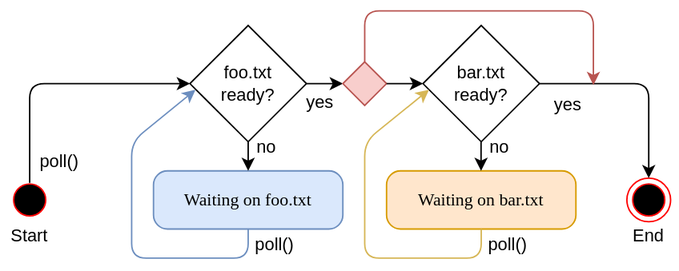
Above: async-state-machine-basic.svg in luoyancn/docs (draw.io), before the change. Source tidied: cells renumbered, new cells last; positions are measured from the earlier drawing's top-left corner, leaving out a move shared by most shapes. Source of this version:
```xml
<mxGraphModel background="#ffffff">
  <root>
    <mxCell id="0" />
    <mxCell id="1" parent="0" />
    <mxCell id="2" value="Waiting on foo.txt" style="rounded=1;whiteSpace=wrap;html=1;arcSize=24;fillColor=#dae8fc;strokeColor=#6c8ebf;shadow=0;comic=0;labelBackgroundColor=none;fontFamily=Verdana;fontSize=12;align=center;" parent="1" vertex="1">
      <mxGeometry x="105" y="110" width="130" height="40" as="geometry" />
    </mxCell>
    <mxCell id="3" style="ellipse;html=1;shape=endState;fillColor=#000000;strokeColor=#ff0000;" parent="1" vertex="1">
      <mxGeometry x="430" y="115" width="30" height="30" as="geometry" />
    </mxCell>
    <mxCell id="4" value="End" style="text;html=1;strokeColor=none;fillColor=none;align=center;verticalAlign=middle;whiteSpace=wrap;rounded=0;" parent="1" vertex="1">
      <mxGeometry x="425" y="145" width="40" height="20" as="geometry" />
    </mxCell>
    <mxCell id="5" value="Waiting on bar.txt" style="rounded=1;whiteSpace=wrap;html=1;arcSize=24;fillColor=#ffe6cc;strokeColor=#d79b00;shadow=0;comic=0;labelBackgroundColor=none;fontFamily=Verdana;fontSize=12;align=center;" parent="1" vertex="1">
      <mxGeometry x="265" y="110" width="130" height="40" as="geometry" />
    </mxCell>
    <mxCell id="6" style="ellipse;html=1;shape=startState;fillColor=#000000;strokeColor=#ff0000;rounded=1;shadow=0;comic=0;labelBackgroundColor=none;fontFamily=Verdana;fontSize=12;fontColor=#000000;align=center;direction=south;" parent="1" vertex="1">
      <mxGeometry x="5" y="115" width="30" height="30" as="geometry" />
    </mxCell>
    <mxCell id="7" value="Start" style="text;html=1;strokeColor=none;fillColor=none;align=center;verticalAlign=middle;whiteSpace=wrap;rounded=0;" parent="1" vertex="1">
      <mxGeometry y="145" width="40" height="20" as="geometry" />
    </mxCell>
    <mxCell id="8" style="endArrow=classic;html=1;exitX=0.111;exitY=0.5;exitDx=0;exitDy=0;exitPerimeter=0;entryX=0;entryY=0.5;entryDx=0;entryDy=0;" parent="1" edge="1" source="6" target="10">
      <mxGeometry relative="1" as="geometry">
        <Array as="points">
          <mxPoint x="20" y="50" />
        </Array>
      </mxGeometry>
    </mxCell>
    <mxCell id="9" value="poll()" style="text;html=1;align=center;verticalAlign=top;labelBackgroundColor=#ffffff;labelPosition=center;verticalLabelPosition=bottom;" parent="8" vertex="1">
      <mxGeometry x="-0.01" y="-27" relative="1" as="geometry">
        <mxPoint x="0.2" y="13" as="offset" />
      </mxGeometry>
    </mxCell>
    <mxCell id="10" value="&lt;div&gt;foo.txt&lt;/div&gt;&lt;div&gt;ready?&lt;br&gt;&lt;/div&gt;" style="rhombus;whiteSpace=wrap;html=1;" parent="1" vertex="1">
      <mxGeometry x="130" y="10" width="80" height="80" as="geometry" />
    </mxCell>
    <mxCell id="11" style="endArrow=classic;html=1;exitX=0.5;exitY=1;exitDx=0;exitDy=0;entryX=0.5;entryY=0;entryDx=0;entryDy=0;" parent="1" edge="1" source="10" target="2">
      <mxGeometry relative="1" as="geometry" />
    </mxCell>
    <mxCell id="12" value="no" style="text;html=1;align=left;verticalAlign=middle;labelBackgroundColor=none;labelPosition=right;verticalLabelPosition=middle;spacingBottom=4;spacingLeft=4;" parent="11" vertex="1">
      <mxGeometry x="-0.46" relative="1" as="geometry" />
    </mxCell>
    <mxCell id="13" value="&lt;div&gt;bar.txt&lt;/div&gt;&lt;div&gt;ready?&lt;br&gt;&lt;/div&gt;" style="rhombus;whiteSpace=wrap;html=1;" parent="1" vertex="1">
      <mxGeometry x="290" y="10" width="80" height="80" as="geometry" />
    </mxCell>
    <mxCell id="14" style="endArrow=classic;html=1;exitX=1;exitY=0.5;exitDx=0;exitDy=0;entryX=0;entryY=0.5;entryDx=0;entryDy=0;" parent="1" edge="1" source="10" target="24">
      <mxGeometry relative="1" as="geometry" />
    </mxCell>
    <mxCell id="15" value="yes" style="text;html=1;align=center;verticalAlign=top;labelBackgroundColor=#ffffff;labelPosition=center;verticalLabelPosition=bottom;" parent="14" vertex="1">
      <mxGeometry x="-0.36" y="1" relative="1" as="geometry" />
    </mxCell>
    <mxCell id="16" style="endArrow=classic;html=1;exitX=0.5;exitY=1;exitDx=0;exitDy=0;entryX=0.5;entryY=0;entryDx=0;entryDy=0;" parent="1" edge="1">
      <mxGeometry relative="1" as="geometry">
        <mxPoint x="329.9" y="90" as="sourcePoint" />
        <mxPoint x="329.9" y="110" as="targetPoint" />
      </mxGeometry>
    </mxCell>
    <mxCell id="17" value="no" style="text;html=1;align=left;verticalAlign=middle;labelBackgroundColor=none;labelPosition=right;verticalLabelPosition=middle;spacingBottom=4;spacingLeft=4;" parent="16" vertex="1">
      <mxGeometry x="-0.46" relative="1" as="geometry" />
    </mxCell>
    <mxCell id="18" style="endArrow=classic;html=1;exitX=1;exitY=0.5;exitDx=0;exitDy=0;entryX=0.5;entryY=0;entryDx=0;entryDy=0;" parent="1" edge="1" source="13" target="3">
      <mxGeometry relative="1" as="geometry">
        <Array as="points">
          <mxPoint x="445" y="50" />
        </Array>
      </mxGeometry>
    </mxCell>
    <mxCell id="19" value="yes" style="text;html=1;align=right;verticalAlign=top;labelBackgroundColor=#ffffff;labelPosition=left;verticalLabelPosition=bottom;" parent="18" vertex="1">
      <mxGeometry x="-0.58" y="-1" relative="1" as="geometry" />
    </mxCell>
    <mxCell id="20" style="endArrow=classic;html=1;exitX=0.5;exitY=1;exitDx=0;exitDy=0;entryX=0.048;entryY=0.553;entryDx=0;entryDy=0;entryPerimeter=0;fillColor=#dae8fc;strokeColor=#6c8ebf;" parent="1" edge="1" source="2" target="10">
      <mxGeometry relative="1" as="geometry">
        <Array as="points">
          <mxPoint x="170" y="170" />
          <mxPoint x="90" y="170" />
          <mxPoint x="90" y="90" />
        </Array>
      </mxGeometry>
    </mxCell>
    <mxCell id="21" value="poll()" style="text;html=1;align=left;verticalAlign=middle;labelBackgroundColor=none;labelPosition=right;verticalLabelPosition=middle;spacingLeft=3;" parent="20" vertex="1">
      <mxGeometry x="-0.95" y="1" relative="1" as="geometry">
        <mxPoint x="-1" y="4.2" as="offset" />
      </mxGeometry>
    </mxCell>
    <mxCell id="22" style="endArrow=classic;html=1;exitX=0.5;exitY=1;exitDx=0;exitDy=0;entryX=0.052;entryY=0.553;entryDx=0;entryDy=0;entryPerimeter=0;fillColor=#fff2cc;strokeColor=#d6b656;" parent="1" edge="1" source="5" target="13">
      <mxGeometry relative="1" as="geometry">
        <Array as="points">
          <mxPoint x="330" y="170" />
          <mxPoint x="250" y="170" />
          <mxPoint x="250" y="90" />
        </Array>
      </mxGeometry>
    </mxCell>
    <mxCell id="23" value="poll()" style="text;html=1;align=left;verticalAlign=middle;labelBackgroundColor=none;labelPosition=right;verticalLabelPosition=middle;spacingLeft=3;" parent="22" vertex="1">
      <mxGeometry x="-0.95" relative="1" as="geometry">
        <mxPoint y="4" as="offset" />
      </mxGeometry>
    </mxCell>
    <mxCell id="24" style="rhombus;whiteSpace=wrap;html=1;labelBackgroundColor=none;fillColor=#f8cecc;strokeColor=#b85450;" parent="1" vertex="1">
      <mxGeometry x="235" y="35" width="30" height="30" as="geometry" />
    </mxCell>
    <mxCell id="25" style="endArrow=classic;html=1;entryX=0;entryY=0.5;entryDx=0;entryDy=0;exitX=1;exitY=0.5;exitDx=0;exitDy=0;" parent="1" edge="1" source="24" target="13">
      <mxGeometry relative="1" as="geometry" />
    </mxCell>
    <mxCell id="26" style="endArrow=classic;html=1;exitX=0.5;exitY=0;exitDx=0;exitDy=0;fillColor=#f8cecc;strokeColor=#b85450;" parent="1" edge="1" source="24">
      <mxGeometry relative="1" as="geometry">
        <mxPoint x="407" y="51" as="targetPoint" />
        <Array as="points">
          <mxPoint x="250" />
          <mxPoint x="407" />
        </Array>
      </mxGeometry>
    </mxCell>
  </root>
</mxGraphModel>
```
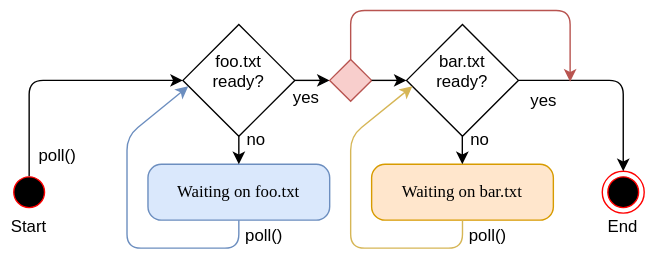
Above is the later version.

Change to the diagram source:
```diff
@@ -32,7 +32,7 @@
         <mxPoint x="0.2" y="13" as="offset" />
       </mxGeometry>
     </mxCell>
-    <mxCell id="10" value="&lt;div&gt;foo.txt&lt;/div&gt;&lt;div&gt;ready?&lt;br&gt;&lt;/div&gt;" style="rhombus;whiteSpace=wrap;html=1;" parent="1" vertex="1">
+    <mxCell id="10" value="foo.txt&#10;ready?&#10;" style="rhombus;" parent="1" vertex="1">
       <mxGeometry x="130" y="10" width="80" height="80" as="geometry" />
     </mxCell>
     <mxCell id="11" style="endArrow=classic;html=1;exitX=0.5;exitY=1;exitDx=0;exitDy=0;entryX=0.5;entryY=0;entryDx=0;entryDy=0;" parent="1" edge="1" source="10" target="2">
@@ -41,7 +41,7 @@
     <mxCell id="12" value="no" style="text;html=1;align=left;verticalAlign=middle;labelBackgroundColor=none;labelPosition=right;verticalLabelPosition=middle;spacingBottom=4;spacingLeft=4;" parent="11" vertex="1">
       <mxGeometry x="-0.46" relative="1" as="geometry" />
     </mxCell>
-    <mxCell id="13" value="&lt;div&gt;bar.txt&lt;/div&gt;&lt;div&gt;ready?&lt;br&gt;&lt;/div&gt;" style="rhombus;whiteSpace=wrap;html=1;" parent="1" vertex="1">
+    <mxCell id="13" value="bar.txt&#10;ready?&#10;" style="rhombus;" parent="1" vertex="1">
       <mxGeometry x="290" y="10" width="80" height="80" as="geometry" />
     </mxCell>
     <mxCell id="14" style="endArrow=classic;html=1;exitX=1;exitY=0.5;exitDx=0;exitDy=0;entryX=0;entryY=0.5;entryDx=0;entryDy=0;" parent="1" edge="1" source="10" target="24">
@@ -66,7 +66,7 @@
         </Array>
       </mxGeometry>
     </mxCell>
-    <mxCell id="19" value="yes" style="text;html=1;align=right;verticalAlign=top;labelBackgroundColor=#ffffff;labelPosition=left;verticalLabelPosition=bottom;" parent="18" vertex="1">
+    <mxCell id="19" value="yes" style="text;align=right;verticalAlign=top;labelBackgroundColor=#ffffff;labelPosition=left;verticalLabelPosition=bottom;" parent="18" vertex="1">
       <mxGeometry x="-0.58" y="-1" relative="1" as="geometry" />
     </mxCell>
     <mxCell id="20" style="endArrow=classic;html=1;exitX=0.5;exitY=1;exitDx=0;exitDy=0;entryX=0.048;entryY=0.553;entryDx=0;entryDy=0;entryPerimeter=0;fillColor=#dae8fc;strokeColor=#6c8ebf;" parent="1" edge="1" source="2" target="10">
@@ -78,7 +78,7 @@
         </Array>
       </mxGeometry>
     </mxCell>
-    <mxCell id="21" value="poll()" style="text;html=1;align=left;verticalAlign=middle;labelBackgroundColor=none;labelPosition=right;verticalLabelPosition=middle;spacingLeft=3;" parent="20" vertex="1">
+    <mxCell id="21" value="poll()" style="text;align=left;verticalAlign=middle;labelBackgroundColor=none;labelPosition=right;verticalLabelPosition=middle;spacingLeft=3;" parent="20" vertex="1">
       <mxGeometry x="-0.95" y="1" relative="1" as="geometry">
         <mxPoint x="-1" y="4.2" as="offset" />
       </mxGeometry>
@@ -92,7 +92,7 @@
         </Array>
       </mxGeometry>
     </mxCell>
-    <mxCell id="23" value="poll()" style="text;html=1;align=left;verticalAlign=middle;labelBackgroundColor=none;labelPosition=right;verticalLabelPosition=middle;spacingLeft=3;" parent="22" vertex="1">
+    <mxCell id="23" value="poll()" style="text;align=left;verticalAlign=middle;labelBackgroundColor=none;labelPosition=right;verticalLabelPosition=middle;spacingLeft=3;" parent="22" vertex="1">
       <mxGeometry x="-0.95" relative="1" as="geometry">
         <mxPoint y="4" as="offset" />
       </mxGeometry>
```
